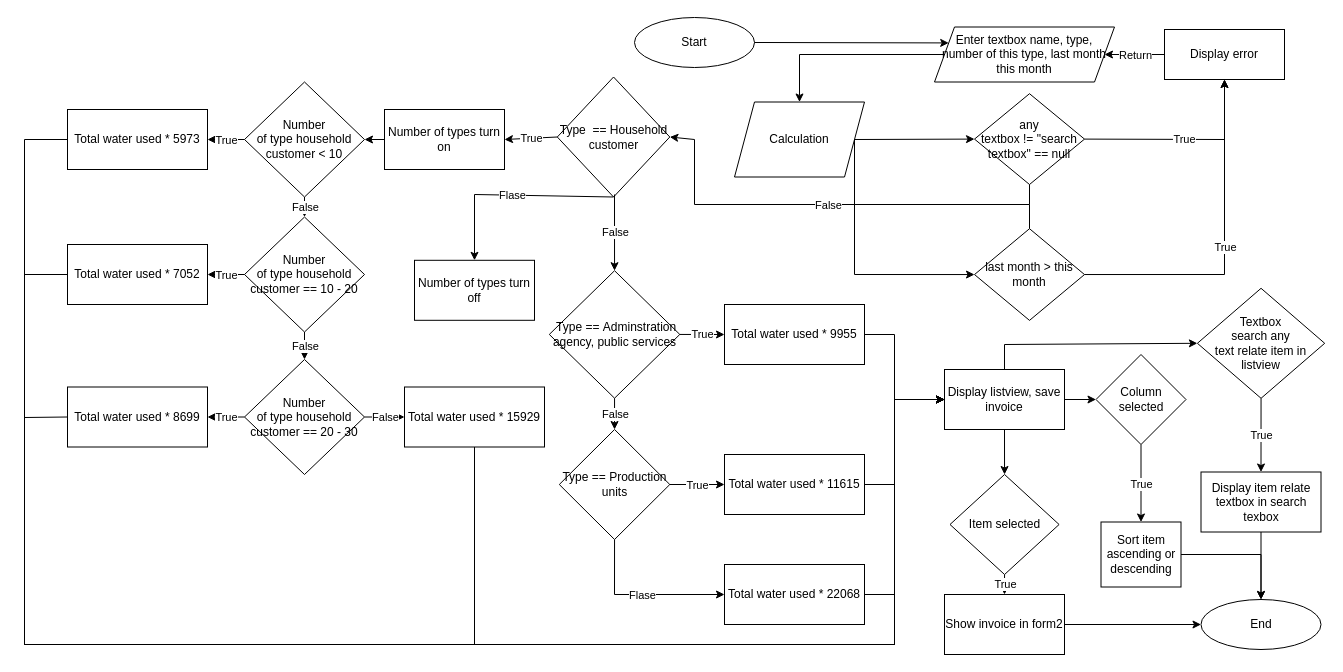
Before: App2.drawio in StevenDuy/Flowchart, a draw.io diagram. Source tidied: cells renumbered, new cells numbered last; positions are measured from the earlier drawing's top-left corner, leaving out a move shared by most shapes. Both pictures are drawn from the tidied source at 100%, with x=0, y=0 at pixel (24, 17).
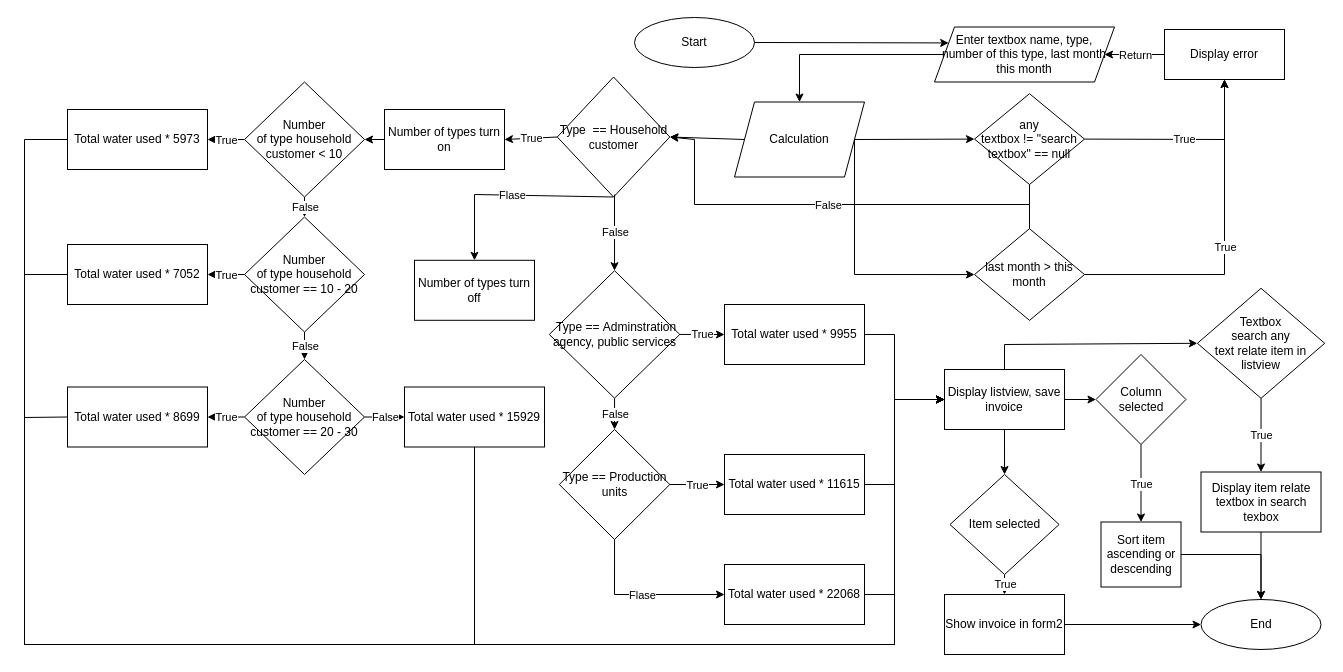
After the change.

Commit message:
Cập nhật App2.drawio

The change refers to these unchanged cells:
```xml
<mxCell id="11" value="Type&amp;nbsp; == Household customer" style="rhombus;whiteSpace=wrap;html=1;" parent="1" vertex="1">
  <mxGeometry x="532.8" y="59.5" width="112.5" height="120" as="geometry" />
</mxCell>
<mxCell id="55" value="Calculation" style="shape=parallelogram;perimeter=parallelogramPerimeter;whiteSpace=wrap;html=1;fixedSize=1;" parent="1" vertex="1">
  <mxGeometry x="710" y="84.5" width="130" height="75" as="geometry" />
</mxCell>
```

The edit, as a diff of the source:
```diff
@@
+    <mxCell id="90" style="endArrow=classic;html=1;rounded=0;entryX=1;entryY=0.5;entryDx=0;entryDy=0;exitX=0;exitY=0.5;exitDx=0;exitDy=0;" parent="1" edge="1" source="55" target="11">
+      <mxGeometry relative="1" as="geometry" />
+    </mxCell>
```
